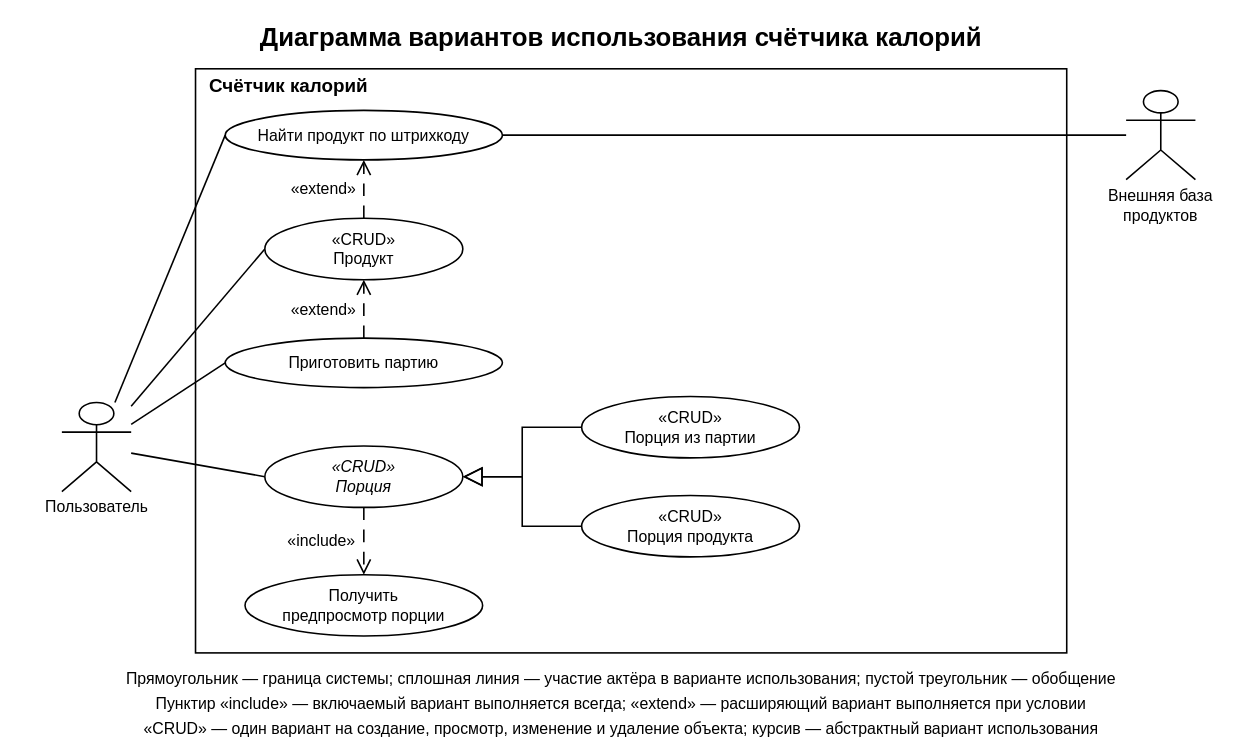
Earlier version of the draw.io diagram page "3.3 Варианты использования счётчика калорий" (11 of 11) of Лабораторная 3/Счётчик калорий.drawio (Vvvv4a40/OOAP). Source tidied: cells renumbered, new cells numbered last; positions are measured from the earlier drawing's top-left corner, leaving out a move shared by most shapes. Both pictures are drawn from the tidied source at 99%, with x=0, y=0 at pixel (17, 17).
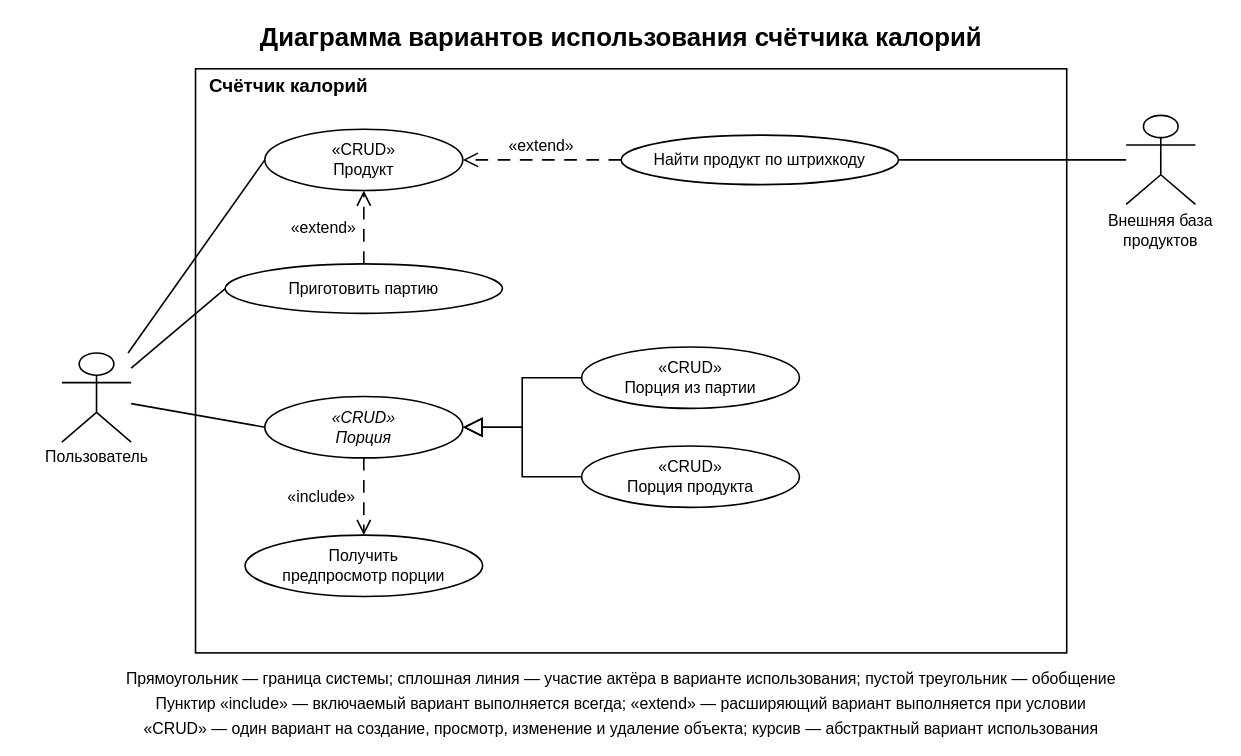
The same diagram, later.

Diff of the diagram source:
```diff
@@
-    <mxCell id="3" style="edgeStyle=none;html=0;rounded=0;strokeColor=#000000;strokeWidth=1.6;fontFamily=Arial;endArrow=none;entryX=0;entryY=0.5;entryPerimeter=0;" parent="1" edge="1" source="17" target="13">
-      <mxGeometry relative="1" as="geometry" />
-    </mxCell>
@@
-    <mxCell id="7" style="edgeStyle=none;html=0;rounded=0;strokeColor=#000000;strokeWidth=1.6;fontFamily=Arial;dashed=1;dashPattern=8 6;endArrow=open;endFill=0;endSize=12;" parent="1" edge="1" source="14" target="13">
-      <mxGeometry relative="1" as="geometry" />
-    </mxCell>
+    <mxCell id="32" style="edgeStyle=none;html=0;rounded=0;strokeColor=#000000;strokeWidth=1.6;fontFamily=Arial;dashed=1;dashPattern=8 6;endArrow=open;endFill=0;endSize=12;entryX=1;entryY=0.5;entryPerimeter=0;" parent="1" edge="1" source="13" target="14">
+      <mxGeometry relative="1" as="geometry" />
+    </mxCell>
@@
     <mxCell id="9" style="edgeStyle=none;html=0;rounded=0;strokeColor=#000000;strokeWidth=1.6;fontFamily=Arial;endArrow=block;endFill=0;endSize=16;exitX=0;exitY=0.5;exitPerimeter=0;entryX=1;entryY=0.5;entryPerimeter=0;" parent="1" edge="1" source="18" target="16">
       <mxGeometry relative="1" as="geometry">
         <Array as="points">
+          <mxPoint x="510" y="364" />
           <mxPoint x="510" y="414" />
-          <mxPoint x="510" y="464" />
         </Array>
       </mxGeometry>
     </mxCell>
     <mxCell id="10" style="edgeStyle=none;html=0;rounded=0;strokeColor=#000000;strokeWidth=1.6;fontFamily=Arial;endArrow=block;endFill=0;endSize=16;exitX=0;exitY=0.5;exitPerimeter=0;entryX=1;entryY=0.5;entryPerimeter=0;" parent="1" edge="1" source="19" target="16">
       <mxGeometry relative="1" as="geometry">
         <Array as="points">
-          <mxPoint x="510" y="514" />
           <mxPoint x="510" y="464" />
+          <mxPoint x="510" y="414" />
         </Array>
       </mxGeometry>
     </mxCell>
@@
-    <mxCell id="13" value="Найти продукт по штрихкоду" style="ellipse;html=0;whiteSpace=wrap;strokeColor=#000000;strokeWidth=1.6;fontColor=#000000;fontFamily=Arial;fillColor=#ffffff;fontSize=16;fontStyle=0;align=center;verticalAlign=middle;spacing=0;" parent="1" vertex="1">
-      <mxGeometry x="210" y="94" width="280" height="50" as="geometry" />
-    </mxCell>
     <mxCell id="14" value="«CRUD»&#10;Продукт" style="ellipse;html=0;whiteSpace=wrap;strokeColor=#000000;strokeWidth=1.6;fontColor=#000000;fontFamily=Arial;fillColor=#ffffff;fontSize=16;fontStyle=0;align=center;verticalAlign=middle;spacing=0;" parent="1" vertex="1">
-      <mxGeometry x="250" y="203" width="200" height="62" as="geometry" />
+      <mxGeometry x="250" y="113" width="200" height="62" as="geometry" />
     </mxCell>
     <mxCell id="15" value="Приготовить партию" style="ellipse;html=0;whiteSpace=wrap;strokeColor=#000000;strokeWidth=1.6;fontColor=#000000;fontFamily=Arial;fillColor=#ffffff;fontSize=16;fontStyle=0;align=center;verticalAlign=middle;spacing=0;" parent="1" vertex="1">
-      <mxGeometry x="210" y="324" width="280" height="50" as="geometry" />
+      <mxGeometry x="210" y="249" width="280" height="50" as="geometry" />
     </mxCell>
     <mxCell id="16" value="«CRUD»&#10;Порция" style="ellipse;html=0;whiteSpace=wrap;strokeColor=#000000;strokeWidth=1.6;fontColor=#000000;fontFamily=Arial;fillColor=#ffffff;fontSize=16;fontStyle=2;align=center;verticalAlign=middle;spacing=0;" parent="1" vertex="1">
-      <mxGeometry x="250" y="433" width="200" height="62" as="geometry" />
+      <mxGeometry x="250" y="383" width="200" height="62" as="geometry" />
     </mxCell>
     <mxCell id="17" style="shape=umlActor;html=0;whiteSpace=wrap;strokeColor=#000000;strokeWidth=1.6;fontColor=#000000;fontFamily=Arial;fillColor=#ffffff;rounded=0;" parent="1" vertex="1">
-      <mxGeometry x="45" y="389" width="70" height="90" as="geometry" />
+      <mxGeometry x="45" y="339" width="70" height="90" as="geometry" />
     </mxCell>
+    <mxCell id="13" value="Найти продукт по штрихкоду" style="ellipse;html=0;whiteSpace=wrap;strokeColor=#000000;strokeWidth=1.6;fontColor=#000000;fontFamily=Arial;fillColor=#ffffff;fontSize=16;fontStyle=0;align=center;verticalAlign=middle;spacing=0;" parent="1" vertex="1">
+      <mxGeometry x="610" y="119" width="280" height="50" as="geometry" />
+    </mxCell>
     <mxCell id="18" value="«CRUD»&#10;Порция из партии" style="ellipse;html=0;whiteSpace=wrap;strokeColor=#000000;strokeWidth=1.6;fontColor=#000000;fontFamily=Arial;fillColor=#ffffff;fontSize=16;fontStyle=0;align=center;verticalAlign=middle;spacing=0;" parent="1" vertex="1">
-      <mxGeometry x="570" y="383" width="220" height="62" as="geometry" />
+      <mxGeometry x="570" y="333" width="220" height="62" as="geometry" />
     </mxCell>
     <mxCell id="19" value="«CRUD»&#10;Порция продукта" style="ellipse;html=0;whiteSpace=wrap;strokeColor=#000000;strokeWidth=1.6;fontColor=#000000;fontFamily=Arial;fillColor=#ffffff;fontSize=16;fontStyle=0;align=center;verticalAlign=middle;spacing=0;" parent="1" vertex="1">
-      <mxGeometry x="570" y="483" width="220" height="62" as="geometry" />
+      <mxGeometry x="570" y="433" width="220" height="62" as="geometry" />
     </mxCell>
     <mxCell id="20" value="Получить&#10;предпросмотр порции" style="ellipse;html=0;whiteSpace=wrap;strokeColor=#000000;strokeWidth=1.6;fontColor=#000000;fontFamily=Arial;fillColor=#ffffff;fontSize=16;fontStyle=0;align=center;verticalAlign=middle;spacing=0;" parent="1" vertex="1">
-      <mxGeometry x="230" y="563" width="240" height="62" as="geometry" />
+      <mxGeometry x="230" y="523" width="240" height="62" as="geometry" />
     </mxCell>
     <mxCell id="21" style="shape=umlActor;html=0;whiteSpace=wrap;strokeColor=#000000;strokeWidth=1.6;fontColor=#000000;fontFamily=Arial;fillColor=#ffffff;rounded=0;" parent="1" vertex="1">
-      <mxGeometry x="1120" y="74" width="70" height="90" as="geometry" />
+      <mxGeometry x="1120" y="99" width="70" height="90" as="geometry" />
     </mxCell>
@@
     <mxCell id="24" value="Пользователь" style="text;html=0;whiteSpace=wrap;overflow=hidden;rounded=0;strokeColor=none;fillColor=none;fontColor=#000000;fontFamily=Arial;spacing=0;fontSize=16;fontStyle=0;align=center;verticalAlign=middle;" parent="1" vertex="1">
-      <mxGeometry x="17.5" y="483" width="125" height="22" as="geometry" />
+      <mxGeometry x="17.5" y="433" width="125" height="22" as="geometry" />
     </mxCell>
     <mxCell id="25" value="Внешняя база&#10;продуктов" style="text;html=0;whiteSpace=wrap;overflow=hidden;rounded=0;strokeColor=none;fillColor=none;fontColor=#000000;fontFamily=Arial;spacing=0;fontSize=16;fontStyle=0;align=center;verticalAlign=middle;" parent="1" vertex="1">
-      <mxGeometry x="1095" y="168" width="120" height="44" as="geometry" />
+      <mxGeometry x="1095" y="193" width="120" height="44" as="geometry" />
     </mxCell>
@@
     <mxCell id="29" value="«extend»" style="text;html=0;whiteSpace=wrap;overflow=hidden;rounded=0;strokeColor=none;fillColor=none;fontColor=#000000;fontFamily=Arial;spacing=0;fontSize=16;fontStyle=0;align=center;verticalAlign=middle;" parent="1" vertex="1">
-      <mxGeometry x="272" y="162" width="75" height="22" as="geometry" />
+      <mxGeometry x="492" y="119" width="75" height="22" as="geometry" />
     </mxCell>
     <mxCell id="30" value="«extend»" style="text;html=0;whiteSpace=wrap;overflow=hidden;rounded=0;strokeColor=none;fillColor=none;fontColor=#000000;fontFamily=Arial;spacing=0;fontSize=16;fontStyle=0;align=center;verticalAlign=middle;" parent="1" vertex="1">
-      <mxGeometry x="272" y="284" width="75" height="22" as="geometry" />
+      <mxGeometry x="272" y="201" width="75" height="22" as="geometry" />
     </mxCell>
     <mxCell id="31" value="«include»" style="text;html=0;whiteSpace=wrap;overflow=hidden;rounded=0;strokeColor=none;fillColor=none;fontColor=#000000;fontFamily=Arial;spacing=0;fontSize=16;fontStyle=0;align=center;verticalAlign=middle;" parent="1" vertex="1">
-      <mxGeometry x="268" y="518" width="79" height="22" as="geometry" />
+      <mxGeometry x="268" y="473" width="79" height="22" as="geometry" />
     </mxCell>
```
